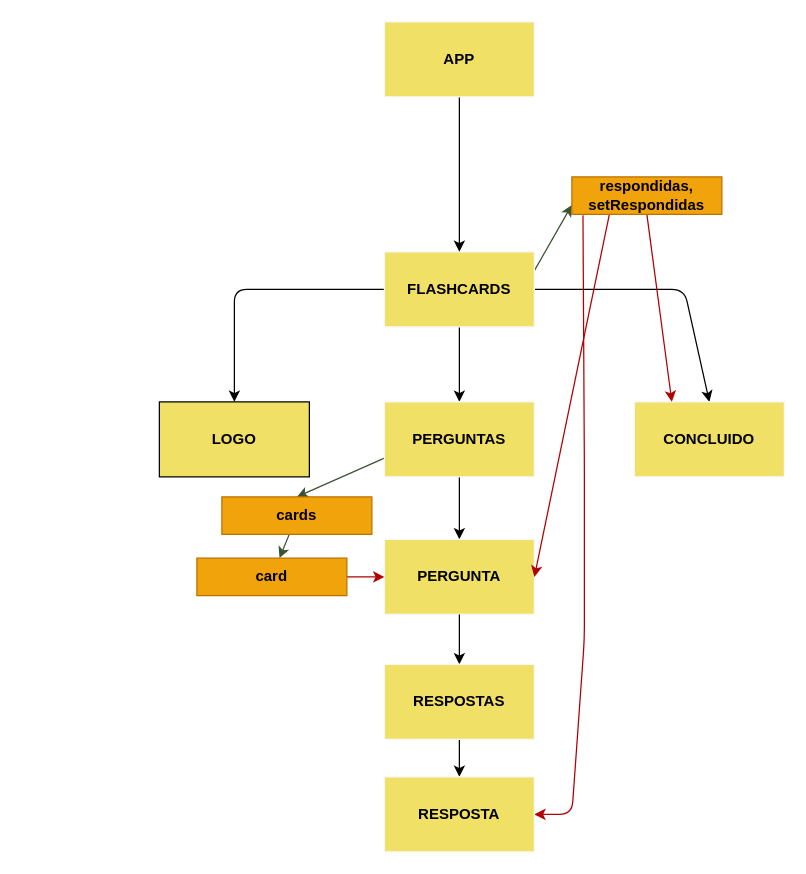
This is src/diagrama.drawio from RayAra2004/projeto9-zaprecall, a draw.io file, before an edit. Source tidied: cells renumbered, new cells numbered last; positions are measured from the earlier drawing's top-left corner, leaving out a move shared by most shapes. Both pictures are drawn from the tidied source at 125%, with x=0, y=0 at pixel (159, 21).
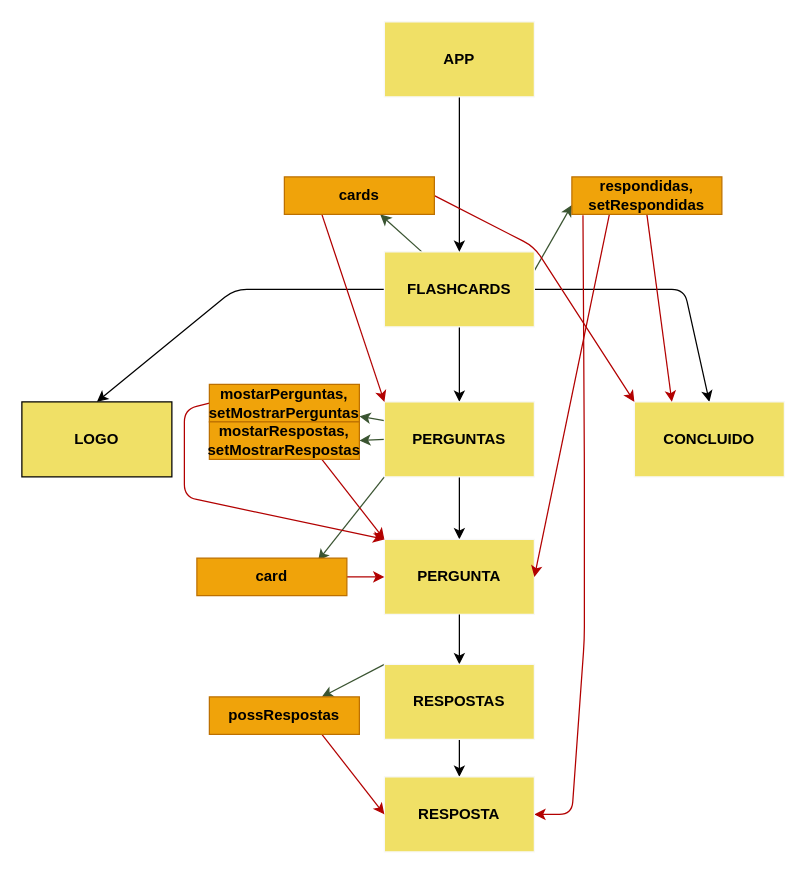
Above is the later version.

The change refers to these unchanged cells:
```xml
<mxCell id="6" value="FLASHCARDS" style="rounded=0;whiteSpace=wrap;html=1;fillColor=#f0e066;fontColor=#000000;strokeColor=#f8f8f7;gradientColor=none;fontStyle=1;" parent="1" vertex="1">
  <mxGeometry x="180" y="184" width="120" height="60" as="geometry" />
</mxCell>
<mxCell id="10" value="PERGUNTAS" style="rounded=0;whiteSpace=wrap;html=1;strokeColor=#f8f8f7;fontColor=#000000;fillColor=#f0e066;gradientColor=none;fontStyle=1;" parent="1" vertex="1">
  <mxGeometry x="180" y="304" width="120" height="60" as="geometry" />
</mxCell>
<mxCell id="11" value="PERGUNTA" style="rounded=0;whiteSpace=wrap;html=1;strokeColor=#f8f8f7;fontColor=#000000;fillColor=#f0e066;gradientColor=none;fontStyle=1;" parent="1" vertex="1">
  <mxGeometry x="180" y="414" width="120" height="60" as="geometry" />
</mxCell>
<mxCell id="12" value="CONCLUIDO" style="rounded=0;whiteSpace=wrap;html=1;strokeColor=#f8f8f7;fontColor=#000000;fillColor=#f0e066;gradientColor=none;fontStyle=1;" parent="1" vertex="1">
  <mxGeometry x="380" y="304" width="120" height="60" as="geometry" />
</mxCell>
<mxCell id="19" value="RESPOSTAS" style="rounded=0;whiteSpace=wrap;html=1;strokeColor=#f8f8f7;fontColor=#000000;fillColor=#f0e066;gradientColor=none;fontStyle=1;" parent="1" vertex="1">
  <mxGeometry x="180" y="514" width="120" height="60" as="geometry" />
</mxCell>
<mxCell id="20" value="RESPOSTA" style="rounded=0;whiteSpace=wrap;html=1;strokeColor=#f8f8f7;fontColor=#000000;fillColor=#f0e066;gradientColor=none;fontStyle=1;" parent="1" vertex="1">
  <mxGeometry x="180" y="604" width="120" height="60" as="geometry" />
</mxCell>
<mxCell id="26" value="card" style="rounded=0;whiteSpace=wrap;html=1;strokeColor=#BD7000;fontColor=#000000;fillColor=#f0a30a;fontStyle=1;" parent="1" vertex="1">
  <mxGeometry x="30" y="429" width="120" height="30" as="geometry" />
</mxCell>
```

Change to the diagram source:
```diff
@@
+    <mxCell id="27" style="edgeStyle=none;html=1;exitX=0.25;exitY=0;exitDx=0;exitDy=0;fillColor=#6d8764;strokeColor=#3A5431;" parent="1" edge="1" source="6" target="24">
+      <mxGeometry relative="1" as="geometry" />
+    </mxCell>
@@
     <mxCell id="7" value="LOGO" style="rounded=0;whiteSpace=wrap;html=1;fillColor=#f0e066;gradientColor=none;fontColor=#000000;fontStyle=1;" parent="1" vertex="1">
-      <mxGeometry y="304" width="120" height="60" as="geometry" />
+      <mxGeometry x="-110" y="304" width="120" height="60" as="geometry" />
     </mxCell>
@@
-    <mxCell id="9" style="edgeStyle=none;html=1;exitX=0;exitY=0.75;exitDx=0;exitDy=0;entryX=0.5;entryY=0;entryDx=0;entryDy=0;fontColor=#000000;fillColor=#6d8764;strokeColor=#3A5431;" parent="1" edge="1" source="10" target="24">
-      <mxGeometry relative="1" as="geometry" />
-    </mxCell>
+    <mxCell id="28" style="edgeStyle=none;html=1;exitX=0;exitY=1;exitDx=0;exitDy=0;entryX=0.808;entryY=0.067;entryDx=0;entryDy=0;entryPerimeter=0;fillColor=#6d8764;strokeColor=#3A5431;" parent="1" edge="1" source="10" target="26">
+      <mxGeometry relative="1" as="geometry" />
+    </mxCell>
+    <mxCell id="29" style="edgeStyle=none;html=1;exitX=0;exitY=0.25;exitDx=0;exitDy=0;fillColor=#6d8764;strokeColor=#3A5431;" parent="1" edge="1" source="10" target="37">
+      <mxGeometry relative="1" as="geometry" />
+    </mxCell>
+    <mxCell id="30" style="edgeStyle=none;html=1;exitX=0;exitY=0.5;exitDx=0;exitDy=0;entryX=1;entryY=0.5;entryDx=0;entryDy=0;fillColor=#6d8764;strokeColor=#3A5431;" parent="1" edge="1" source="10" target="39">
+      <mxGeometry relative="1" as="geometry" />
+    </mxCell>
@@
+    <mxCell id="31" style="edgeStyle=none;html=1;exitX=0;exitY=0;exitDx=0;exitDy=0;entryX=0.75;entryY=0;entryDx=0;entryDy=0;fillColor=#6d8764;strokeColor=#3A5431;" parent="1" edge="1" source="19" target="35">
+      <mxGeometry relative="1" as="geometry" />
+    </mxCell>
@@
-    <mxCell id="23" style="edgeStyle=none;html=1;fontColor=#000000;fillColor=#6d8764;strokeColor=#3A5431;" parent="1" edge="1" source="24" target="26">
-      <mxGeometry relative="1" as="geometry" />
-    </mxCell>
+    <mxCell id="32" style="edgeStyle=none;html=1;exitX=0.25;exitY=1;exitDx=0;exitDy=0;entryX=0;entryY=0;entryDx=0;entryDy=0;fillColor=#e51400;strokeColor=#B20000;" parent="1" edge="1" source="24" target="10">
+      <mxGeometry relative="1" as="geometry" />
+    </mxCell>
+    <mxCell id="33" style="edgeStyle=none;html=1;exitX=1;exitY=0.5;exitDx=0;exitDy=0;entryX=0;entryY=0;entryDx=0;entryDy=0;fillColor=#e51400;strokeColor=#B20000;" parent="1" edge="1" source="24" target="12">
+      <mxGeometry relative="1" as="geometry">
+        <Array as="points">
+          <mxPoint x="300" y="180" />
+        </Array>
+      </mxGeometry>
+    </mxCell>
     <mxCell id="24" value="cards" style="rounded=0;whiteSpace=wrap;html=1;strokeColor=#BD7000;fontColor=#000000;fillColor=#f0a30a;fontStyle=1;" parent="1" vertex="1">
-      <mxGeometry x="50" y="380" width="120" height="30" as="geometry" />
+      <mxGeometry x="100" y="124" width="120" height="30" as="geometry" />
     </mxCell>
@@
+    <mxCell id="34" style="edgeStyle=none;html=1;exitX=0.75;exitY=1;exitDx=0;exitDy=0;entryX=0;entryY=0.5;entryDx=0;entryDy=0;fillColor=#e51400;strokeColor=#B20000;" parent="1" edge="1" source="35" target="20">
+      <mxGeometry relative="1" as="geometry" />
+    </mxCell>
+    <mxCell id="35" value="possRespostas" style="rounded=0;whiteSpace=wrap;html=1;strokeColor=#BD7000;fontColor=#000000;fillColor=#f0a30a;fontStyle=1;" parent="1" vertex="1">
+      <mxGeometry x="40" y="540" width="120" height="30" as="geometry" />
+    </mxCell>
+    <mxCell id="36" style="edgeStyle=none;html=1;exitX=0;exitY=0.5;exitDx=0;exitDy=0;entryX=0;entryY=0;entryDx=0;entryDy=0;fillColor=#e51400;strokeColor=#B20000;" parent="1" edge="1" source="37" target="11">
+      <mxGeometry relative="1" as="geometry">
+        <Array as="points">
+          <mxPoint x="20" y="310" />
+          <mxPoint x="20" y="380" />
+        </Array>
+      </mxGeometry>
+    </mxCell>
+    <mxCell id="37" value="mostarPerguntas,&lt;br&gt;setMostrarPerguntas" style="rounded=0;whiteSpace=wrap;html=1;strokeColor=#BD7000;fontColor=#000000;fillColor=#f0a30a;fontStyle=1;" parent="1" vertex="1">
+      <mxGeometry x="40" y="290" width="120" height="30" as="geometry" />
+    </mxCell>
+    <mxCell id="38" style="edgeStyle=none;html=1;exitX=0.75;exitY=1;exitDx=0;exitDy=0;entryX=0;entryY=0;entryDx=0;entryDy=0;fillColor=#e51400;strokeColor=#B20000;" parent="1" edge="1" source="39" target="11">
+      <mxGeometry relative="1" as="geometry" />
+    </mxCell>
+    <mxCell id="39" value="mostarRespostas,&lt;br&gt;setMostrarRespostas" style="rounded=0;whiteSpace=wrap;html=1;strokeColor=#BD7000;fontColor=#000000;fillColor=#f0a30a;fontStyle=1;" parent="1" vertex="1">
+      <mxGeometry x="40" y="320" width="120" height="30" as="geometry" />
+    </mxCell>
```
